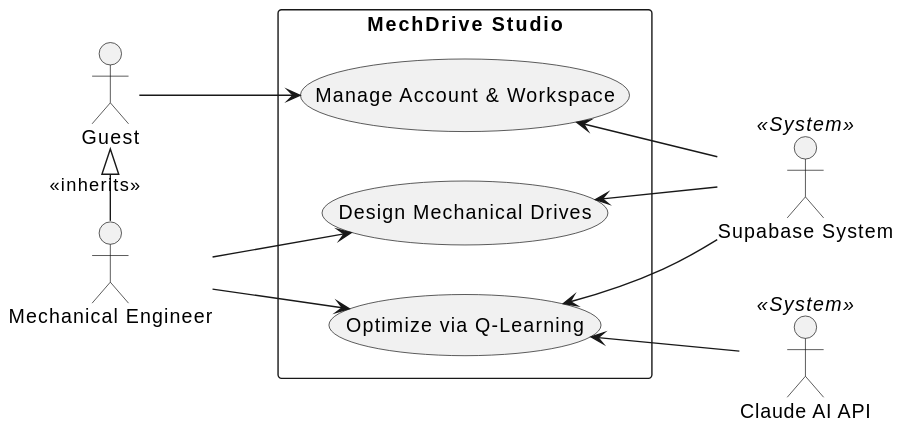
The PlantUML diagram docs/uml/uc_high_level.svg in dvydinh/mechdrive, before a commit.
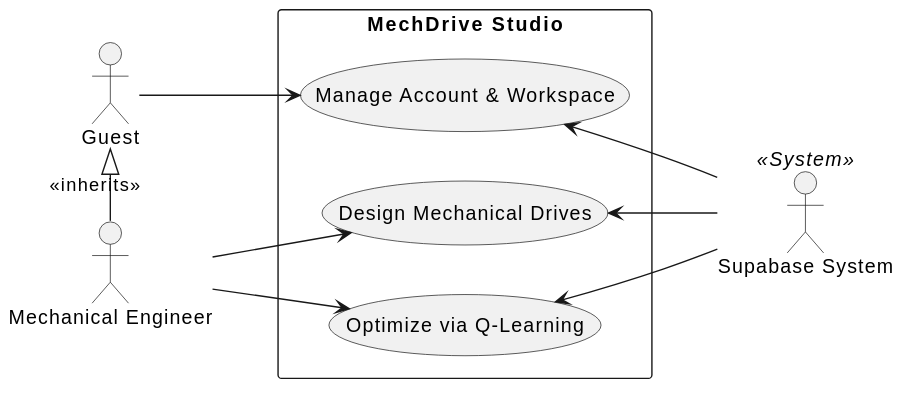
Later version of the same file.

Commit message:
xoa chu claude

Change to the diagram source:
```diff
@@ -5,7 +5,6 @@
 actor "Guest" as guest
 actor "Mechanical Engineer" as eng
 actor "Supabase System" as supa << System >>
-actor "Claude AI API" as claude << System >>
 
 package "MechDrive Studio" {
   usecase "Manage Account & Workspace" as UC1
@@ -22,5 +21,4 @@
 UC1 <-- supa
 UC2 <-- supa
 UC3 <-- supa
-UC3 <-- claude
 @enduml
```
